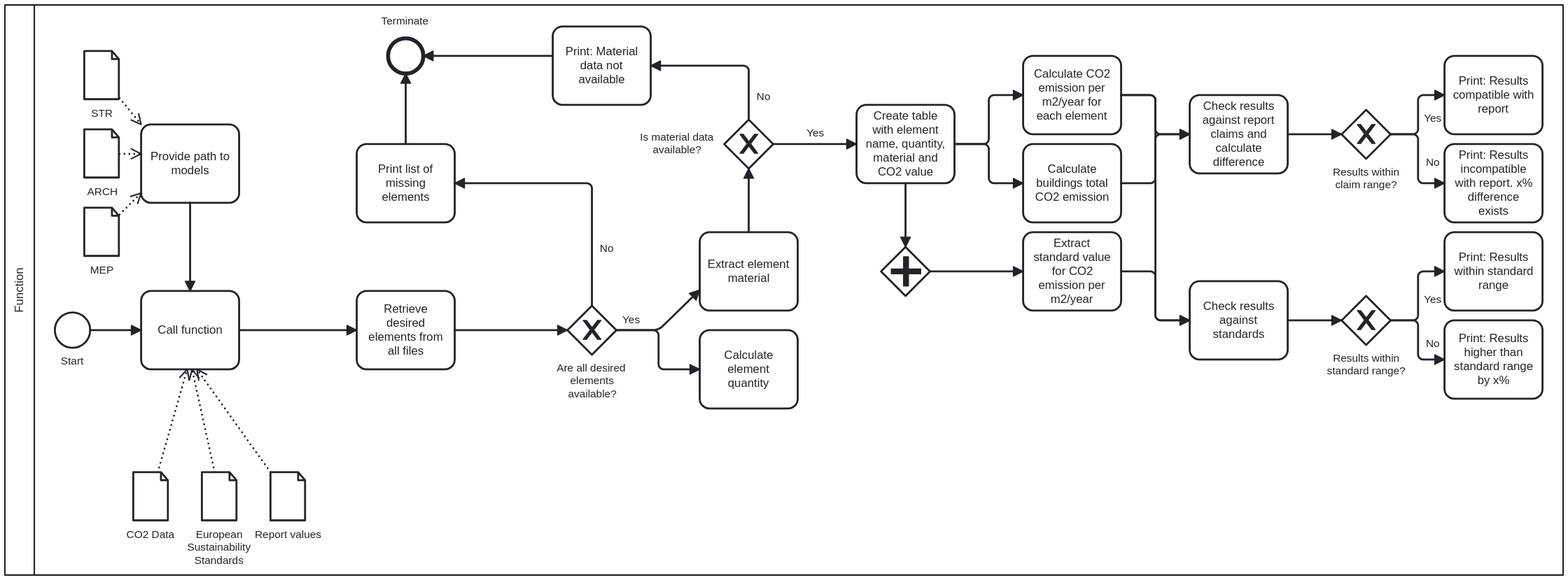
rominabarouti/BIMmanager_g_04 keeps this BPMN diagram as A2/Function-process.svg. Above is the earlier version. Its source is kept beside it as A2/Function-process.bpmn. Ids are renumbered.
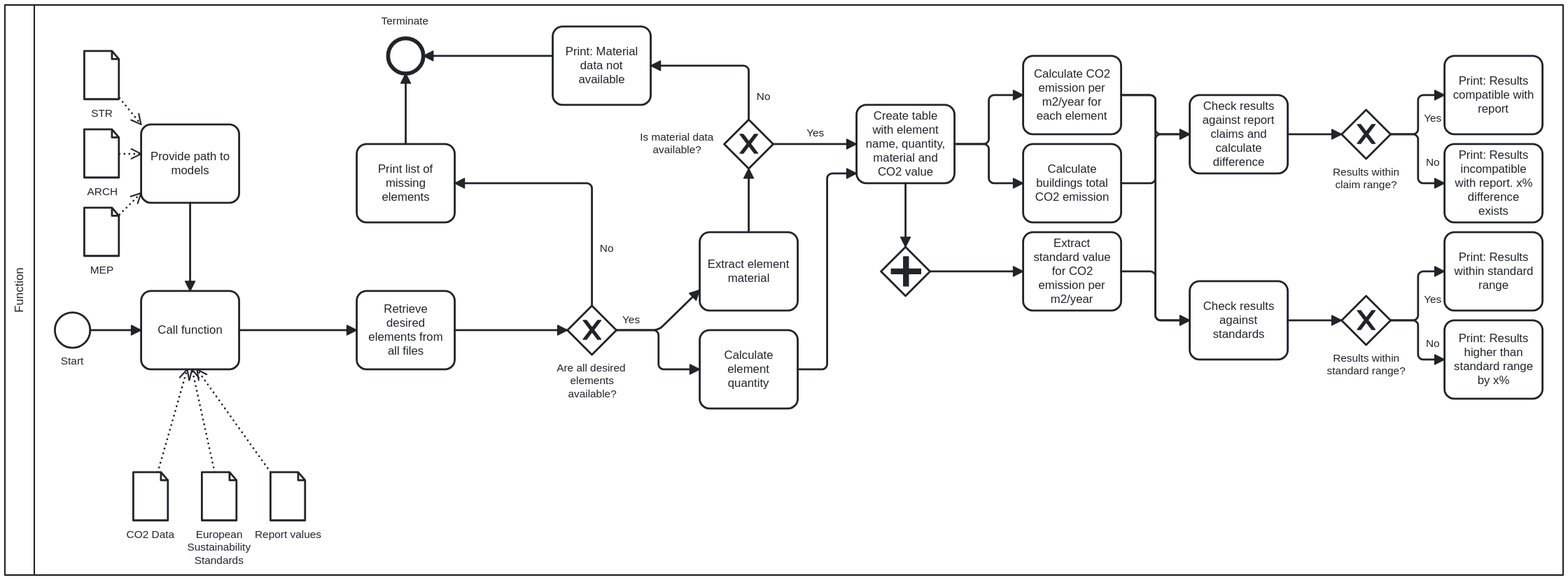
The same file after the commit.

The edit, as a diff of the source:
```diff
@@ -57,6 +57,7 @@
     </bpmn:exclusiveGateway>
     <bpmn:task id="Activity_n34" name="Calculate element quantity">
       <bpmn:incoming>Flow_n31</bpmn:incoming>
+      <bpmn:outgoing>Flow_n77</bpmn:outgoing>
     </bpmn:task>
     <bpmn:task id="Activity_n35" name="Extract element material">
       <bpmn:incoming>Flow_n32</bpmn:incoming>
@@ -81,6 +82,7 @@
     </bpmn:task>
     <bpmn:task id="Activity_n45" name="Create table with element name, quantity, material and CO2 value">
       <bpmn:incoming>Flow_n43</bpmn:incoming>
+      <bpmn:incoming>Flow_n77</bpmn:incoming>
       <bpmn:outgoing>Flow_n46</bpmn:outgoing>
       <bpmn:outgoing>Flow_n47</bpmn:outgoing>
       <bpmn:outgoing>Flow_n48</bpmn:outgoing>
@@ -168,6 +170,7 @@
     <bpmn:sequenceFlow id="Flow_n68" name="Yes" sourceRef="Gateway_n74" targetRef="Activity_n67" />
     <bpmn:sequenceFlow id="Flow_n70" name="No" sourceRef="Gateway_n74" targetRef="Activity_n69" />
     <bpmn:sequenceFlow id="Flow_n72" sourceRef="Activity_n71" targetRef="Gateway_n74" />
+    <bpmn:sequenceFlow id="Flow_n77" sourceRef="Activity_n34" targetRef="Activity_n45" />
   </bpmn:process>
   <bpmndi:BPMNDiagram id="BPMNDiagram_1">
     <bpmndi:BPMNPlane id="BPMNPlane_1" bpmnElement="Collaboration_n2">
@@ -471,6 +474,12 @@
         <di:waypoint x="1460" y="400" />
         <di:waypoint x="1515" y="400" />
       </bpmndi:BPMNEdge>
+      <bpmndi:BPMNEdge id="Flow_n77_di" bpmnElement="Flow_n77">
+        <di:waypoint x="960" y="450" />
+        <di:waypoint x="990" y="450" />
+        <di:waypoint x="990" y="250" />
+        <di:waypoint x="1020" y="250" />
+      </bpmndi:BPMNEdge>
       <bpmndi:BPMNEdge id="DataInputAssociation_n12_di" bpmnElement="DataInputAssociation_n12">
         <di:waypoint x="307" y="555" />
         <di:waypoint x="337" y="450" />
```
